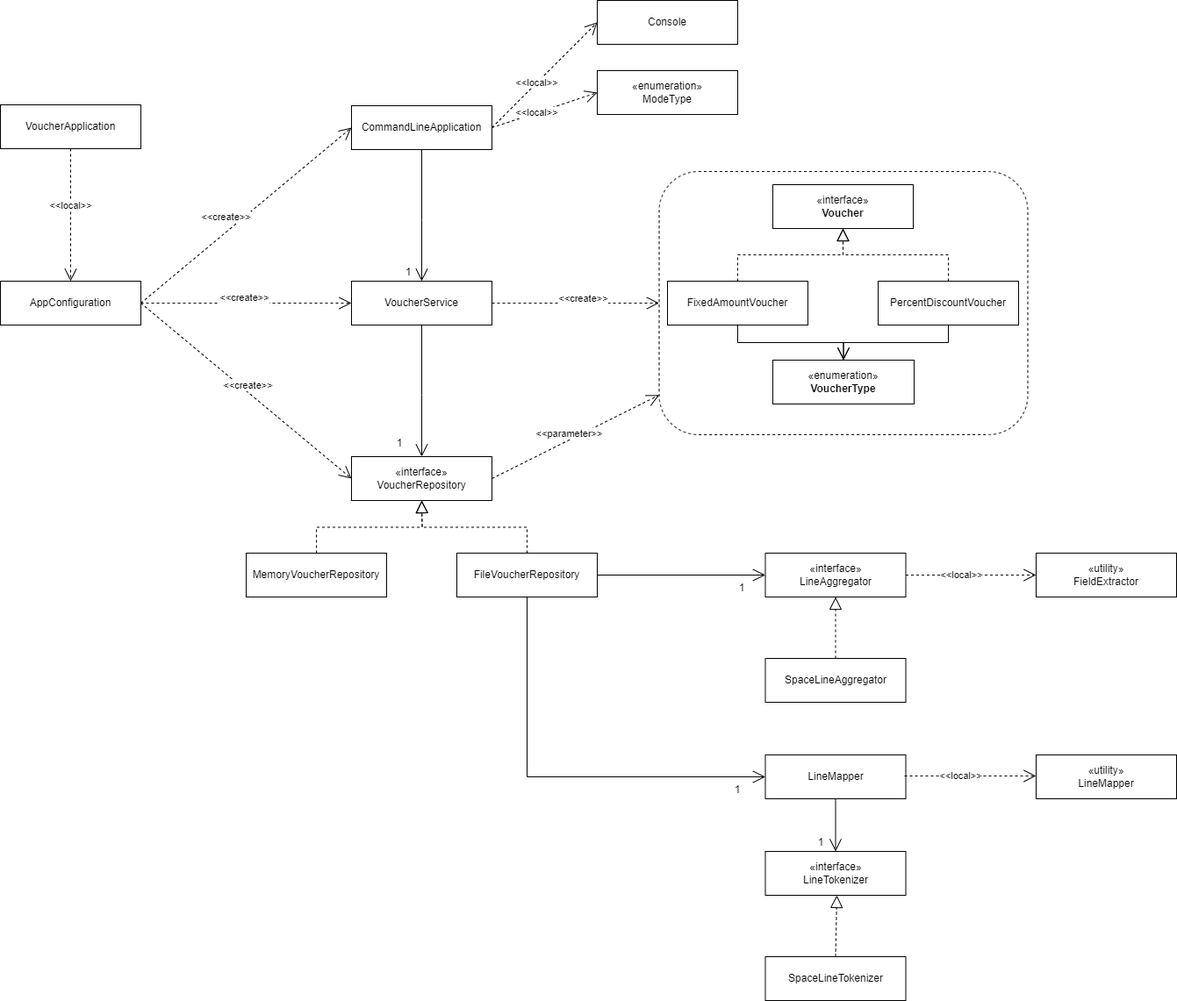
The draw.io diagram voucher/doc/diagram.png in prgrms-be-devcourse/springboot-basic, before a commit. Source tidied: cells renumbered, new cells last; positions are measured from the earlier drawing's top-left corner, leaving out a move shared by most shapes. Its diagram source:
```xml
<mxGraphModel>
  <root>
    <mxCell id="0" />
    <mxCell id="1" parent="0" />
    <mxCell id="2" value="FixedAmountVoucher" style="html=1;whiteSpace=wrap;" parent="1" vertex="1">
      <mxGeometry x="760" y="320" width="160" height="50" as="geometry" />
    </mxCell>
    <mxCell id="3" value="«interface»&lt;br&gt;&lt;b&gt;Voucher&lt;/b&gt;" style="html=1;whiteSpace=wrap;" parent="1" vertex="1">
      <mxGeometry x="880" y="210" width="160" height="50" as="geometry" />
    </mxCell>
    <mxCell id="4" value="PercentDiscountVoucher" style="html=1;whiteSpace=wrap;" parent="1" vertex="1">
      <mxGeometry x="1000" y="320" width="160" height="50" as="geometry" />
    </mxCell>
    <mxCell id="5" style="endArrow=block;dashed=1;endFill=0;endSize=12;html=1;rounded=0;exitX=0.5;exitY=0;exitDx=0;exitDy=0;entryX=0.5;entryY=1;entryDx=0;entryDy=0;edgeStyle=orthogonalEdgeStyle;" parent="1" edge="1" source="2" target="3">
      <mxGeometry relative="1" as="geometry" />
    </mxCell>
    <mxCell id="6" style="endArrow=block;dashed=1;endFill=0;endSize=12;html=1;rounded=0;exitX=0.5;exitY=0;exitDx=0;exitDy=0;entryX=0.5;entryY=1;entryDx=0;entryDy=0;edgeStyle=orthogonalEdgeStyle;" parent="1" edge="1" source="4" target="3">
      <mxGeometry relative="1" as="geometry" />
    </mxCell>
    <mxCell id="7" value="«enumeration»&lt;br&gt;&lt;b&gt;VoucherType&lt;/b&gt;" style="html=1;whiteSpace=wrap;" parent="1" vertex="1">
      <mxGeometry x="880" y="410" width="161" height="50" as="geometry" />
    </mxCell>
    <mxCell id="8" value="AppConfiguration" style="html=1;whiteSpace=wrap;" parent="1" vertex="1">
      <mxGeometry y="320" width="160" height="50" as="geometry" />
    </mxCell>
    <mxCell id="9" value="VoucherService" style="html=1;whiteSpace=wrap;" parent="1" vertex="1">
      <mxGeometry x="400" y="320" width="160" height="50" as="geometry" />
    </mxCell>
    <mxCell id="10" value="CommandLineApplication" style="html=1;whiteSpace=wrap;" parent="1" vertex="1">
      <mxGeometry x="400" y="120" width="160" height="50" as="geometry" />
    </mxCell>
    <mxCell id="11" value="«interface»&lt;br&gt;VoucherRepository" style="html=1;whiteSpace=wrap;" parent="1" vertex="1">
      <mxGeometry x="400" y="520" width="160" height="50" as="geometry" />
    </mxCell>
    <mxCell id="12" value="MemoryVoucherRepository" style="html=1;whiteSpace=wrap;" parent="1" vertex="1">
      <mxGeometry x="280" y="630" width="160" height="50" as="geometry" />
    </mxCell>
    <mxCell id="13" value="FileVoucherRepository" style="html=1;whiteSpace=wrap;" parent="1" vertex="1">
      <mxGeometry x="520" y="630" width="160" height="50" as="geometry" />
    </mxCell>
    <mxCell id="14" style="endArrow=block;dashed=1;endFill=0;endSize=12;html=1;rounded=0;exitX=0.5;exitY=0;exitDx=0;exitDy=0;entryX=0.5;entryY=1;entryDx=0;entryDy=0;edgeStyle=orthogonalEdgeStyle;" parent="1" edge="1" source="12">
      <mxGeometry relative="1" as="geometry">
        <mxPoint x="480" y="570" as="targetPoint" />
      </mxGeometry>
    </mxCell>
    <mxCell id="15" style="endArrow=block;dashed=1;endFill=0;endSize=12;html=1;rounded=0;exitX=0.5;exitY=0;exitDx=0;exitDy=0;entryX=0.5;entryY=1;entryDx=0;entryDy=0;edgeStyle=orthogonalEdgeStyle;" parent="1" edge="1" source="13">
      <mxGeometry relative="1" as="geometry">
        <mxPoint x="480" y="570" as="targetPoint" />
      </mxGeometry>
    </mxCell>
    <mxCell id="16" value="&amp;lt;&amp;lt;create&amp;gt;&amp;gt;" style="endArrow=open;endSize=12;dashed=1;html=1;rounded=0;entryX=0;entryY=0.5;entryDx=0;entryDy=0;exitX=1;exitY=0.5;exitDx=0;exitDy=0;" parent="1" edge="1" source="8" target="10">
      <mxGeometry x="-0.12" y="13" relative="1" as="geometry" />
    </mxCell>
    <mxCell id="17" value="&amp;lt;&amp;lt;create&amp;gt;&amp;gt;" style="endArrow=open;endSize=12;dashed=1;html=1;rounded=0;entryX=0;entryY=0.5;entryDx=0;entryDy=0;exitX=1;exitY=0.5;exitDx=0;exitDy=0;" parent="1" edge="1" source="8" target="9">
      <mxGeometry x="-0.02" y="6" relative="1" as="geometry" />
    </mxCell>
    <mxCell id="18" value="&amp;lt;&amp;lt;create&amp;gt;&amp;gt;" style="endArrow=open;endSize=12;dashed=1;html=1;rounded=0;entryX=0;entryY=0.5;entryDx=0;entryDy=0;exitX=1;exitY=0.5;exitDx=0;exitDy=0;" parent="1" edge="1" source="8" target="11">
      <mxGeometry x="-0.02" y="6" relative="1" as="geometry" />
    </mxCell>
    <mxCell id="19" value="VoucherApplication" style="html=1;whiteSpace=wrap;" parent="1" vertex="1">
      <mxGeometry y="119" width="160" height="50" as="geometry" />
    </mxCell>
    <mxCell id="20" style="endArrow=open;endFill=1;endSize=12;html=1;rounded=0;exitX=0.5;exitY=1;exitDx=0;exitDy=0;entryX=0.5;entryY=0;entryDx=0;entryDy=0;" parent="1" edge="1" source="10" target="9">
      <mxGeometry relative="1" as="geometry">
        <Array as="points">
          <mxPoint x="480" y="250" />
        </Array>
      </mxGeometry>
    </mxCell>
    <mxCell id="21" value="1" style="text;html=1;strokeColor=none;fillColor=none;align=center;verticalAlign=middle;whiteSpace=wrap;rounded=0;" parent="1" vertex="1">
      <mxGeometry x="450" y="300" width="30" height="20" as="geometry" />
    </mxCell>
    <mxCell id="22" value="1" style="text;html=1;strokeColor=none;fillColor=none;align=center;verticalAlign=middle;whiteSpace=wrap;rounded=0;" parent="1" vertex="1">
      <mxGeometry x="440" y="495" width="30" height="20" as="geometry" />
    </mxCell>
    <mxCell id="23" style="endArrow=open;endFill=1;endSize=12;html=1;rounded=0;entryX=0.5;entryY=0;entryDx=0;entryDy=0;exitX=0.5;exitY=1;exitDx=0;exitDy=0;edgeStyle=orthogonalEdgeStyle;" parent="1" edge="1" source="2" target="7">
      <mxGeometry relative="1" as="geometry" />
    </mxCell>
    <mxCell id="24" style="endArrow=open;endFill=1;endSize=12;html=1;rounded=0;exitX=0.5;exitY=1;exitDx=0;exitDy=0;entryX=0.5;entryY=0;entryDx=0;entryDy=0;edgeStyle=orthogonalEdgeStyle;" parent="1" edge="1" source="4" target="7">
      <mxGeometry relative="1" as="geometry" />
    </mxCell>
    <mxCell id="25" style="rounded=1;whiteSpace=wrap;html=1;dashed=1;strokeWidth=1;glass=0;fillColor=none;" parent="1" vertex="1">
      <mxGeometry x="750.5" y="195" width="420" height="300" as="geometry" />
    </mxCell>
    <mxCell id="26" value="&amp;lt;&amp;lt;create&amp;gt;&amp;gt;" style="endArrow=open;endSize=12;dashed=1;html=1;rounded=0;exitX=1;exitY=0.5;exitDx=0;exitDy=0;entryX=0;entryY=0.5;entryDx=0;entryDy=0;" parent="1" edge="1" source="9" target="25">
      <mxGeometry x="0.09" y="5" relative="1" as="geometry" />
    </mxCell>
    <mxCell id="27" value="&amp;lt;&amp;lt;parameter&amp;gt;&amp;gt;" style="endArrow=open;endSize=12;dashed=1;html=1;rounded=0;exitX=1;exitY=0.5;exitDx=0;exitDy=0;" parent="1" edge="1" source="11" target="25">
      <mxGeometry x="-0.05" y="6" relative="1" as="geometry" />
    </mxCell>
    <mxCell id="28" value="Console" style="html=1;whiteSpace=wrap;" parent="1" vertex="1">
      <mxGeometry x="680" width="160" height="50" as="geometry" />
    </mxCell>
    <mxCell id="29" value="«enumeration»&lt;br&gt;ModeType" style="html=1;whiteSpace=wrap;" parent="1" vertex="1">
      <mxGeometry x="680" y="80" width="160" height="50" as="geometry" />
    </mxCell>
    <mxCell id="30" value="&amp;lt;&amp;lt;local&amp;gt;&amp;gt;" style="endArrow=open;endSize=12;dashed=1;html=1;rounded=0;exitX=0.5;exitY=1;exitDx=0;exitDy=0;entryX=0.5;entryY=0;entryDx=0;entryDy=0;" parent="1" edge="1" source="19" target="8">
      <mxGeometry x="-0.14" relative="1" as="geometry">
        <Array as="points">
          <mxPoint x="80" y="250" />
        </Array>
      </mxGeometry>
    </mxCell>
    <mxCell id="31" value="&amp;lt;&amp;lt;local&amp;gt;&amp;gt;" style="endArrow=open;endSize=12;dashed=1;html=1;rounded=0;exitX=1;exitY=0.5;exitDx=0;exitDy=0;entryX=0;entryY=0.5;entryDx=0;entryDy=0;" parent="1" edge="1" source="10" target="28">
      <mxGeometry x="-0.14" relative="1" as="geometry" />
    </mxCell>
    <mxCell id="32" style="endArrow=open;endFill=1;endSize=12;html=1;rounded=0;exitX=0.5;exitY=1;exitDx=0;exitDy=0;entryX=0.5;entryY=0;entryDx=0;entryDy=0;" parent="1" edge="1">
      <mxGeometry relative="1" as="geometry">
        <mxPoint x="480" y="370" as="sourcePoint" />
        <mxPoint x="480" y="520" as="targetPoint" />
        <Array as="points">
          <mxPoint x="480" y="450" />
        </Array>
      </mxGeometry>
    </mxCell>
    <mxCell id="33" value="&amp;lt;&amp;lt;local&amp;gt;&amp;gt;" style="endArrow=open;endSize=12;dashed=1;html=1;rounded=0;entryX=0;entryY=0.5;entryDx=0;entryDy=0;exitX=1;exitY=0.5;exitDx=0;exitDy=0;" parent="1" edge="1" source="10" target="29">
      <mxGeometry x="-0.14" relative="1" as="geometry" />
    </mxCell>
    <mxCell id="34" value="«interface»&lt;br&gt;LineAggregator" style="html=1;whiteSpace=wrap;" parent="1" vertex="1">
      <mxGeometry x="871.5" y="630" width="160" height="50" as="geometry" />
    </mxCell>
    <mxCell id="35" value="«utility»&lt;br&gt;FieldExtractor" style="html=1;whiteSpace=wrap;" parent="1" vertex="1">
      <mxGeometry x="1180" y="630" width="160" height="50" as="geometry" />
    </mxCell>
    <mxCell id="36" value="SpaceLineAggregator" style="html=1;whiteSpace=wrap;" parent="1" vertex="1">
      <mxGeometry x="871.5" y="750" width="160" height="50" as="geometry" />
    </mxCell>
    <mxCell id="37" style="endArrow=block;dashed=1;endFill=0;endSize=12;html=1;rounded=0;exitX=0.5;exitY=0;exitDx=0;exitDy=0;entryX=0.5;entryY=1;entryDx=0;entryDy=0;edgeStyle=orthogonalEdgeStyle;" parent="1" edge="1" source="36" target="34">
      <mxGeometry relative="1" as="geometry" />
    </mxCell>
    <mxCell id="38" style="endArrow=open;endFill=1;endSize=12;html=1;rounded=0;exitX=1;exitY=0.5;exitDx=0;exitDy=0;entryX=0;entryY=0.5;entryDx=0;entryDy=0;" parent="1" edge="1" source="13" target="34">
      <mxGeometry relative="1" as="geometry" />
    </mxCell>
    <mxCell id="39" value="&amp;lt;&amp;lt;local&amp;gt;&amp;gt;" style="endArrow=open;endSize=12;dashed=1;html=1;rounded=0;exitX=1;exitY=0.5;exitDx=0;exitDy=0;entryX=0;entryY=0.5;entryDx=0;entryDy=0;" parent="1" edge="1" source="34" target="35">
      <mxGeometry x="-0.14" relative="1" as="geometry" />
    </mxCell>
    <mxCell id="40" value="LineMapper" style="html=1;whiteSpace=wrap;" parent="1" vertex="1">
      <mxGeometry x="871.5" y="860" width="160" height="50" as="geometry" />
    </mxCell>
    <mxCell id="41" value="«utility»&lt;br&gt;LineMapper" style="html=1;whiteSpace=wrap;" parent="1" vertex="1">
      <mxGeometry x="1180" y="860" width="160" height="50" as="geometry" />
    </mxCell>
    <mxCell id="42" value="1" style="text;html=1;strokeColor=none;fillColor=none;align=center;verticalAlign=middle;whiteSpace=wrap;rounded=0;" parent="1" vertex="1">
      <mxGeometry x="830" y="660" width="30" height="20" as="geometry" />
    </mxCell>
    <mxCell id="43" style="endArrow=open;endFill=1;endSize=12;html=1;rounded=0;exitX=0.5;exitY=1;exitDx=0;exitDy=0;entryX=0;entryY=0.5;entryDx=0;entryDy=0;edgeStyle=orthogonalEdgeStyle;" parent="1" edge="1" source="13" target="40">
      <mxGeometry relative="1" as="geometry" />
    </mxCell>
    <mxCell id="44" value="&amp;lt;&amp;lt;local&amp;gt;&amp;gt;" style="endArrow=open;endSize=12;dashed=1;html=1;rounded=0;" parent="1" edge="1">
      <mxGeometry x="-0.14" relative="1" as="geometry">
        <mxPoint x="1030" y="884" as="sourcePoint" />
        <mxPoint x="1180" y="884" as="targetPoint" />
      </mxGeometry>
    </mxCell>
    <mxCell id="45" value="1" style="text;html=1;strokeColor=none;fillColor=none;align=center;verticalAlign=middle;whiteSpace=wrap;rounded=0;" parent="1" vertex="1">
      <mxGeometry x="825" y="890" width="30" height="20" as="geometry" />
    </mxCell>
    <mxCell id="46" value="«interface»&lt;br&gt;LineTokenizer" style="html=1;whiteSpace=wrap;" parent="1" vertex="1">
      <mxGeometry x="871.5" y="970" width="160" height="50" as="geometry" />
    </mxCell>
    <mxCell id="47" style="endArrow=open;endFill=1;endSize=12;html=1;rounded=0;exitX=0.5;exitY=1;exitDx=0;exitDy=0;entryX=0.5;entryY=0;entryDx=0;entryDy=0;" parent="1" edge="1" source="40" target="46">
      <mxGeometry relative="1" as="geometry" />
    </mxCell>
    <mxCell id="48" value="1" style="text;html=1;strokeColor=none;fillColor=none;align=center;verticalAlign=middle;whiteSpace=wrap;rounded=0;" parent="1" vertex="1">
      <mxGeometry x="920" y="950" width="30" height="20" as="geometry" />
    </mxCell>
    <mxCell id="49" value="SpaceLineTokenizer" style="html=1;whiteSpace=wrap;" parent="1" vertex="1">
      <mxGeometry x="871.5" y="1090" width="160" height="50" as="geometry" />
    </mxCell>
    <mxCell id="50" style="endArrow=block;dashed=1;endFill=0;endSize=12;html=1;rounded=0;exitX=0.5;exitY=0;exitDx=0;exitDy=0;entryX=0.5;entryY=1;entryDx=0;entryDy=0;" parent="1" edge="1" source="49">
      <mxGeometry relative="1" as="geometry">
        <mxPoint x="953" y="1020" as="targetPoint" />
      </mxGeometry>
    </mxCell>
  </root>
</mxGraphModel>
```
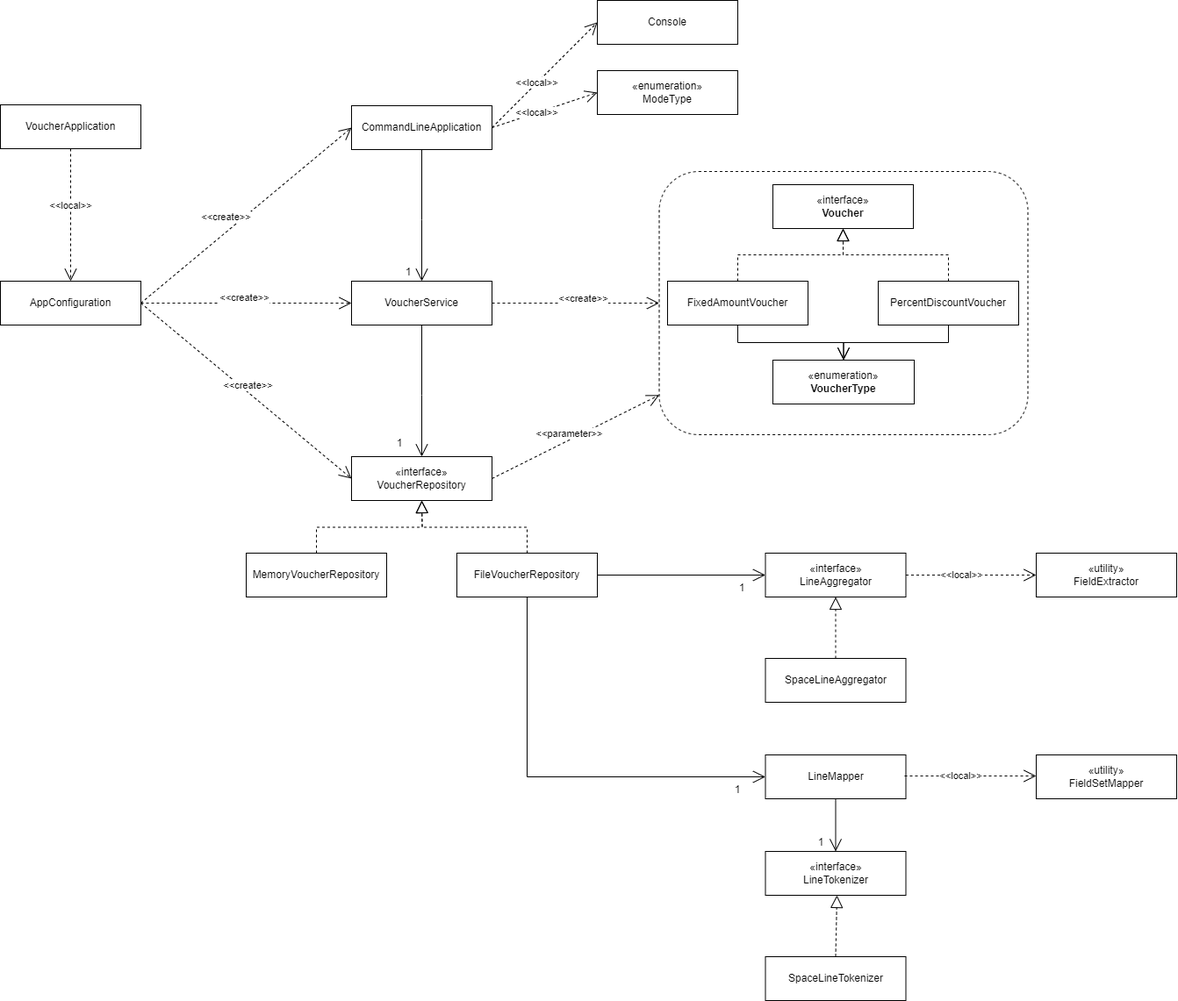
The same file after the commit.

Commit message:
docs : 설계도 오타 수정

Diff of the diagram source:
```diff
@@ -137,7 +137,7 @@
     <mxCell id="40" value="LineMapper" style="html=1;whiteSpace=wrap;" parent="1" vertex="1">
       <mxGeometry x="871.5" y="860" width="160" height="50" as="geometry" />
     </mxCell>
-    <mxCell id="41" value="«utility»&lt;br&gt;LineMapper" style="html=1;whiteSpace=wrap;" parent="1" vertex="1">
+    <mxCell id="41" value="«utility»&lt;br&gt;FieldSetMapper" style="html=1;whiteSpace=wrap;" parent="1" vertex="1">
       <mxGeometry x="1180" y="860" width="160" height="50" as="geometry" />
     </mxCell>
     <mxCell id="42" value="1" style="text;html=1;strokeColor=none;fillColor=none;align=center;verticalAlign=middle;whiteSpace=wrap;rounded=0;" parent="1" vertex="1">
```
